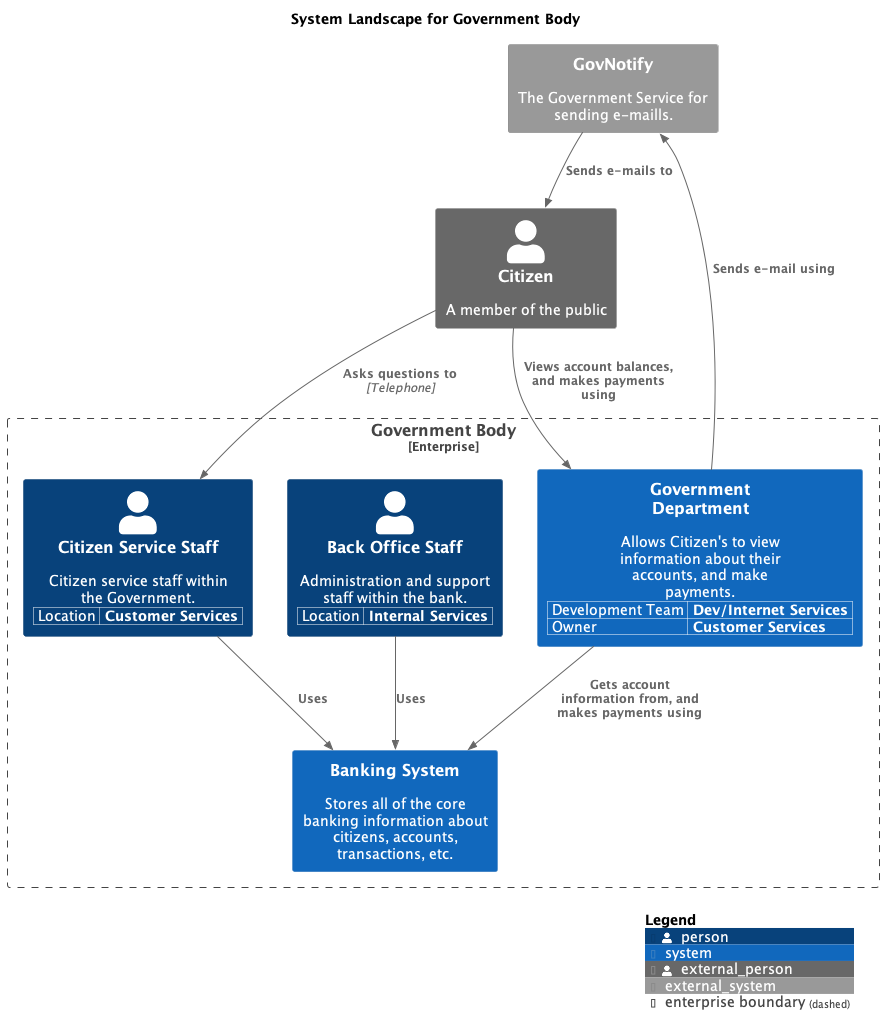
madetech/structurizr-template keeps this PlantUML diagram as main/png/SystemLandscape.png. Above is the earlier version.
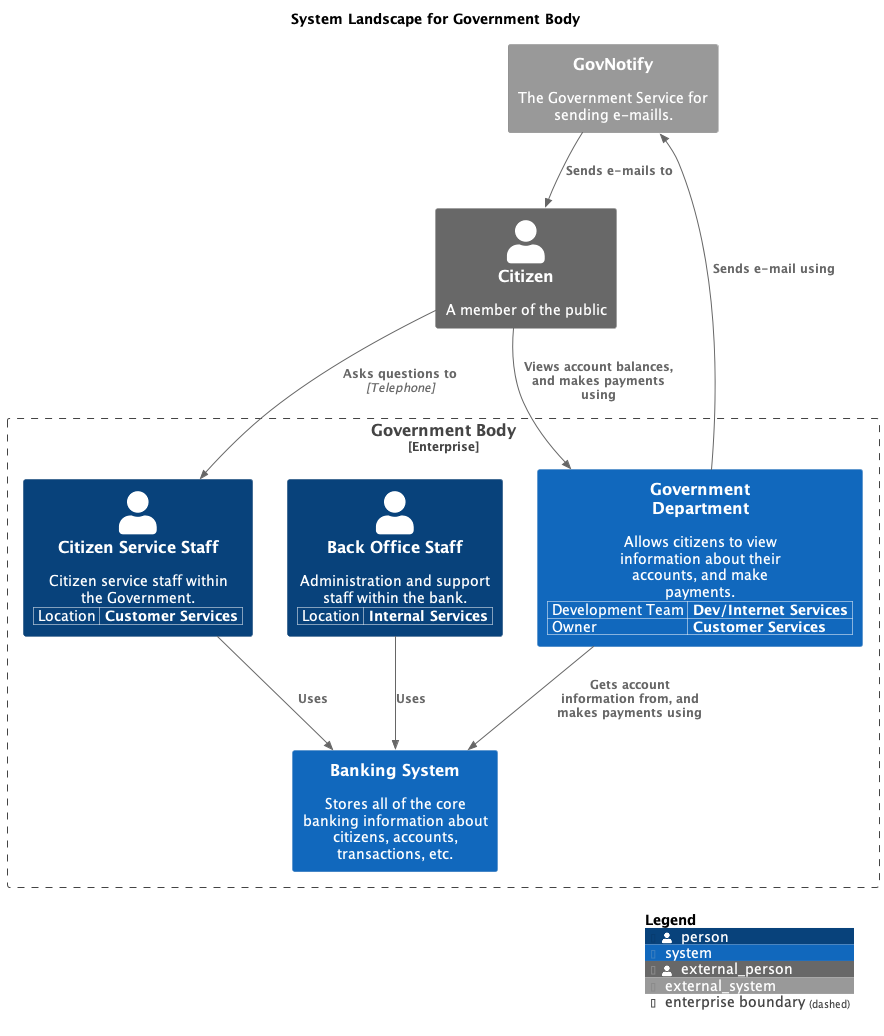
After the commit.

What changed in the source:
```diff
@@ -18,7 +18,7 @@
   WithoutPropertyHeader()
   AddProperty("Development Team","Dev/Internet Services")
   AddProperty("Owner","Customer Services")
-  System(GovernmentDepartment, "Government Department", "Allows Citizen's to view information about their accounts, and make payments.", $tags="")
+  System(GovernmentDepartment, "Government Department", "Allows citizens to view information about their accounts, and make payments.", $tags="")
 }
 
 Person_Ext(Citizen, "Citizen", "A member of the public", $tags="")
```
